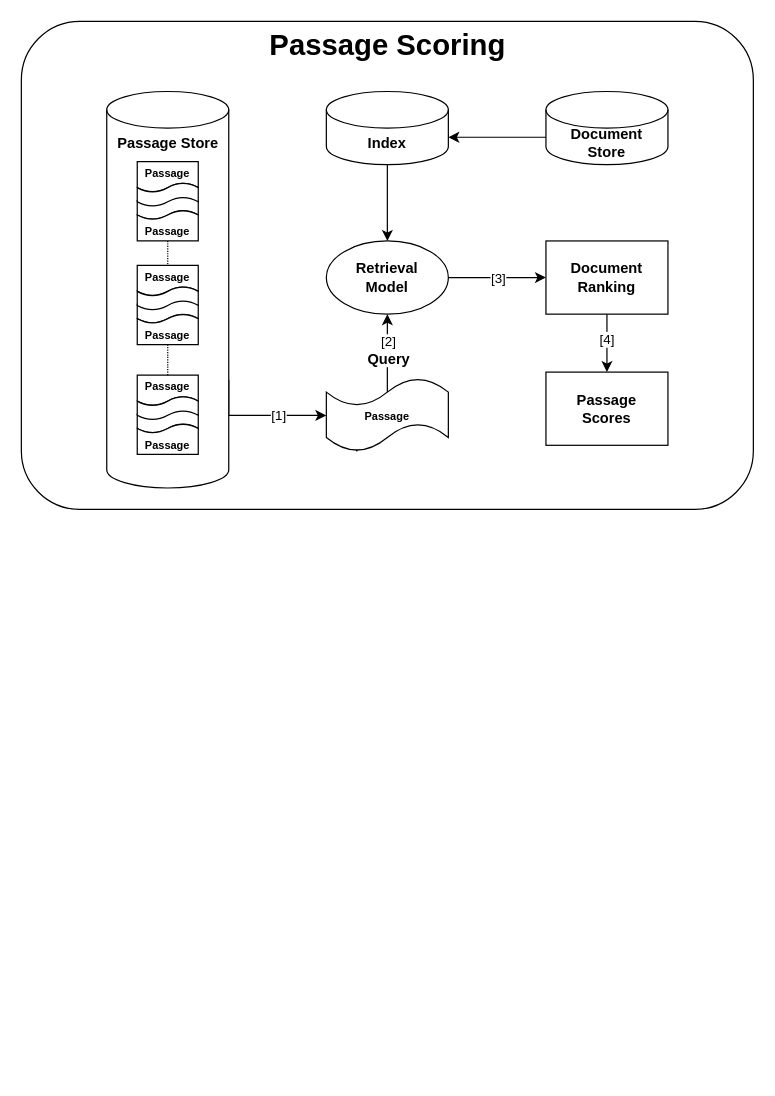
The draw.io diagram page "passage scoring" (5 of 7) of thesis/graphics/drawio/stages.drawio in Integer-Ctrl/thesis-fhofer, before the edit. Source tidied: cells renumbered, new cells numbered last; positions are measured from the earlier drawing's top-left corner, leaving out a move shared by most shapes. Both pictures are drawn from the tidied source at 122%, with x=0, y=0 at pixel (21, 21).
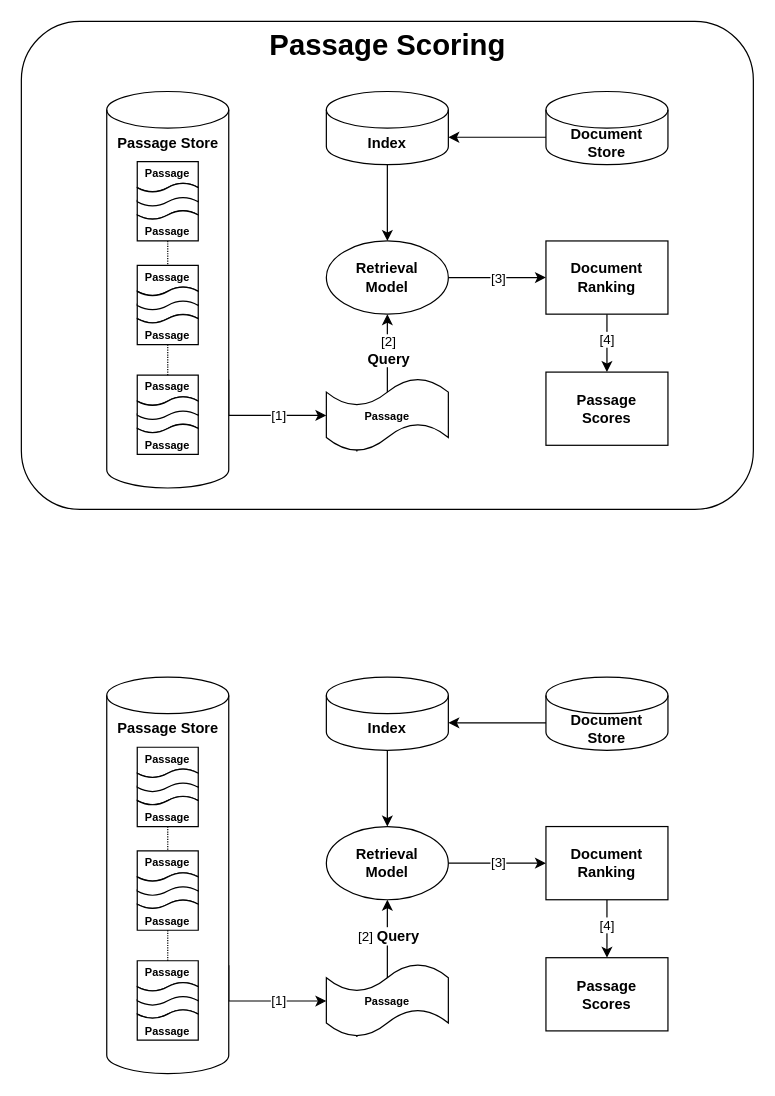
After the change.

Change to the diagram source:
```diff
@@
+    <mxCell id="39" style="edgeStyle=orthogonalEdgeStyle;rounded=0;jettySize=auto;html=1;exitX=1;exitY=0;exitDx=0;exitDy=236.25;exitPerimeter=0;" parent="1" edge="1" source="41" target="65">
+      <mxGeometry relative="1" as="geometry">
+        <Array as="points">
+          <mxPoint x="170" y="803" />
+        </Array>
+      </mxGeometry>
+    </mxCell>
+    <mxCell id="40" value="[1]" style="edgeLabel;html=1;align=center;verticalAlign=middle;" parent="39" vertex="1">
+      <mxGeometry x="0.33" y="2" relative="1" as="geometry">
+        <mxPoint x="-3" y="1" as="offset" />
+      </mxGeometry>
+    </mxCell>
+    <mxCell id="41" style="shape=cylinder3;whiteSpace=wrap;html=1;boundedLbl=1;backgroundOutline=1;size=15;" parent="1" vertex="1">
+      <mxGeometry x="70" y="537.5" width="100" height="325" as="geometry" />
+    </mxCell>
+    <mxCell id="42" style="group;" parent="1" vertex="1">
+      <mxGeometry x="95" y="595" width="50" height="65" as="geometry" />
+    </mxCell>
+    <mxCell id="43" value="&lt;font style=&quot;font-size: 9px;&quot;&gt;&lt;b style=&quot;&quot;&gt;Passage&lt;/b&gt;&lt;/font&gt;" style="shape=document;whiteSpace=wrap;html=1;boundedLbl=1;" parent="42" vertex="1">
+      <mxGeometry width="50" height="25" as="geometry" />
+    </mxCell>
+    <mxCell id="44" style="shape=tape;whiteSpace=wrap;html=1;" parent="42" vertex="1">
+      <mxGeometry y="28.3" width="50" height="19.2" as="geometry" />
+    </mxCell>
+    <mxCell id="45" value="&lt;font style=&quot;font-size: 9px;&quot;&gt;&lt;b style=&quot;&quot;&gt;Passage&lt;/b&gt;&lt;/font&gt;" style="shape=document;whiteSpace=wrap;html=1;boundedLbl=1;direction=west;" parent="42" vertex="1">
+      <mxGeometry y="40" width="50" height="25" as="geometry" />
+    </mxCell>
+    <mxCell id="46" style="shape=tape;whiteSpace=wrap;html=1;" parent="42" vertex="1">
+      <mxGeometry y="17.5" width="50" height="19.2" as="geometry" />
+    </mxCell>
+    <mxCell id="47" value="&lt;b&gt;Passage Store&lt;/b&gt;" style="text;html=1;align=center;verticalAlign=middle;strokeColor=none;fillColor=none;" parent="1" vertex="1">
+      <mxGeometry x="65" y="565" width="110" height="30" as="geometry" />
+    </mxCell>
+    <mxCell id="48" style="group;" parent="1" vertex="1">
+      <mxGeometry x="95" y="680" width="50" height="65" as="geometry" />
+    </mxCell>
+    <mxCell id="49" value="&lt;font style=&quot;font-size: 9px;&quot;&gt;&lt;b style=&quot;&quot;&gt;Passage&lt;/b&gt;&lt;/font&gt;" style="shape=document;whiteSpace=wrap;html=1;boundedLbl=1;" parent="48" vertex="1">
+      <mxGeometry width="50" height="25" as="geometry" />
+    </mxCell>
+    <mxCell id="50" style="shape=tape;whiteSpace=wrap;html=1;" parent="48" vertex="1">
+      <mxGeometry y="28.3" width="50" height="19.2" as="geometry" />
+    </mxCell>
+    <mxCell id="51" value="&lt;font style=&quot;font-size: 9px;&quot;&gt;&lt;b style=&quot;&quot;&gt;Passage&lt;/b&gt;&lt;/font&gt;" style="shape=document;whiteSpace=wrap;html=1;boundedLbl=1;direction=west;" parent="48" vertex="1">
+      <mxGeometry y="40" width="50" height="25" as="geometry" />
+    </mxCell>
+    <mxCell id="52" style="shape=tape;whiteSpace=wrap;html=1;" parent="48" vertex="1">
+      <mxGeometry y="17.5" width="50" height="19.2" as="geometry" />
+    </mxCell>
+    <mxCell id="53" style="group;" parent="1" vertex="1">
+      <mxGeometry x="95" y="770" width="50" height="65" as="geometry" />
+    </mxCell>
+    <mxCell id="54" value="&lt;font style=&quot;font-size: 9px;&quot;&gt;&lt;b style=&quot;&quot;&gt;Passage&lt;/b&gt;&lt;/font&gt;" style="shape=document;whiteSpace=wrap;html=1;boundedLbl=1;" parent="53" vertex="1">
+      <mxGeometry width="50" height="25" as="geometry" />
+    </mxCell>
+    <mxCell id="55" style="shape=tape;whiteSpace=wrap;html=1;" parent="53" vertex="1">
+      <mxGeometry y="28.3" width="50" height="19.2" as="geometry" />
+    </mxCell>
+    <mxCell id="56" value="&lt;font style=&quot;font-size: 9px;&quot;&gt;&lt;b style=&quot;&quot;&gt;Passage&lt;/b&gt;&lt;/font&gt;" style="shape=document;whiteSpace=wrap;html=1;boundedLbl=1;direction=west;" parent="53" vertex="1">
+      <mxGeometry y="40" width="50" height="25" as="geometry" />
+    </mxCell>
+    <mxCell id="57" style="shape=tape;whiteSpace=wrap;html=1;" parent="53" vertex="1">
+      <mxGeometry y="17.5" width="50" height="19.2" as="geometry" />
+    </mxCell>
+    <mxCell id="58" style="edgeStyle=orthogonalEdgeStyle;rounded=0;jettySize=auto;html=1;exitX=0.5;exitY=0;exitDx=0;exitDy=0;entryX=0.5;entryY=0;entryDx=0;entryDy=0;dashed=1;dashPattern=1 1;endArrow=none;endFill=0;" parent="1" edge="1" source="45" target="49">
+      <mxGeometry relative="1" as="geometry" />
+    </mxCell>
+    <mxCell id="59" style="edgeStyle=orthogonalEdgeStyle;rounded=0;jettySize=auto;html=1;exitX=0.5;exitY=0;exitDx=0;exitDy=0;entryX=0.5;entryY=0;entryDx=0;entryDy=0;endArrow=none;endFill=0;dashed=1;dashPattern=1 1;" parent="1" edge="1" source="51" target="54">
+      <mxGeometry relative="1" as="geometry" />
+    </mxCell>
+    <mxCell id="60" value="&lt;b&gt;Document&lt;/b&gt;&lt;div&gt;&lt;b&gt;Store&lt;/b&gt;&lt;/div&gt;" style="shape=cylinder3;whiteSpace=wrap;html=1;boundedLbl=1;backgroundOutline=1;size=15;" parent="1" vertex="1">
+      <mxGeometry x="430" y="537.5" width="100" height="60" as="geometry" />
+    </mxCell>
+    <mxCell id="61" style="edgeStyle=orthogonalEdgeStyle;rounded=0;jettySize=auto;html=1;exitX=0.5;exitY=1;exitDx=0;exitDy=0;exitPerimeter=0;entryX=0.5;entryY=0;entryDx=0;entryDy=0;" parent="1" edge="1" source="62">
+      <mxGeometry relative="1" as="geometry">
+        <mxPoint x="300" y="660" as="targetPoint" />
+      </mxGeometry>
+    </mxCell>
+    <mxCell id="62" value="&lt;b&gt;Index&lt;/b&gt;" style="shape=cylinder3;whiteSpace=wrap;html=1;boundedLbl=1;backgroundOutline=1;size=15;" parent="1" vertex="1">
+      <mxGeometry x="250" y="537.5" width="100" height="60" as="geometry" />
+    </mxCell>
+    <mxCell id="63" style="edgeStyle=orthogonalEdgeStyle;rounded=0;jettySize=auto;html=1;exitX=0.25;exitY=1;exitDx=0;exitDy=0;exitPerimeter=0;entryX=0.5;entryY=1;entryDx=0;entryDy=0;" parent="1" edge="1" source="65" target="69">
+      <mxGeometry relative="1" as="geometry">
+        <Array as="points">
+          <mxPoint x="275" y="820" />
+          <mxPoint x="300" y="820" />
+        </Array>
+      </mxGeometry>
+    </mxCell>
+    <mxCell id="64" value="[2]&amp;nbsp;&lt;b style=&quot;background-color: light-dark(#ffffff, var(--ge-dark-color, #121212)); color: light-dark(rgb(0, 0, 0), rgb(255, 255, 255));&quot;&gt;&lt;font style=&quot;font-size: 12px;&quot;&gt;Query&lt;/font&gt;&lt;/b&gt;" style="edgeLabel;html=1;align=center;verticalAlign=middle;" parent="63" vertex="1">
+      <mxGeometry x="0.58" relative="1" as="geometry">
+        <mxPoint y="1" as="offset" />
+      </mxGeometry>
+    </mxCell>
+    <mxCell id="65" value="&lt;b&gt;&lt;font style=&quot;font-size: 9px;&quot;&gt;Passage&lt;/font&gt;&lt;/b&gt;" style="shape=tape;whiteSpace=wrap;html=1;size=0.38095238095238093;" parent="1" vertex="1">
+      <mxGeometry x="250" y="772.5" width="100" height="60" as="geometry" />
+    </mxCell>
+    <mxCell id="66" style="edgeStyle=orthogonalEdgeStyle;rounded=0;jettySize=auto;html=1;exitX=0;exitY=0;exitDx=0;exitDy=37.5;exitPerimeter=0;entryX=1;entryY=0;entryDx=0;entryDy=37.5;entryPerimeter=0;" parent="1" edge="1" source="60" target="62">
+      <mxGeometry relative="1" as="geometry" />
+    </mxCell>
+    <mxCell id="67" style="edgeStyle=orthogonalEdgeStyle;rounded=0;jettySize=auto;html=1;exitX=1;exitY=0.5;exitDx=0;exitDy=0;entryX=0;entryY=0.5;entryDx=0;entryDy=0;" parent="1" edge="1" source="69" target="72">
+      <mxGeometry relative="1" as="geometry" />
+    </mxCell>
+    <mxCell id="68" value="[3]" style="edgeLabel;html=1;align=center;verticalAlign=middle;" parent="67" vertex="1">
+      <mxGeometry x="0.03" relative="1" as="geometry">
+        <mxPoint x="-1" y="-1" as="offset" />
+      </mxGeometry>
+    </mxCell>
+    <mxCell id="69" value="&lt;b&gt;Retrieval&lt;/b&gt;&lt;div&gt;&lt;b&gt;Model&lt;/b&gt;&lt;/div&gt;" style="ellipse;whiteSpace=wrap;html=1;" parent="1" vertex="1">
+      <mxGeometry x="250" y="660" width="100" height="60" as="geometry" />
+    </mxCell>
+    <mxCell id="70" style="edgeStyle=orthogonalEdgeStyle;rounded=0;jettySize=auto;html=1;exitX=0.5;exitY=1;exitDx=0;exitDy=0;entryX=0.5;entryY=0;entryDx=0;entryDy=0;" parent="1" edge="1" source="72" target="73">
+      <mxGeometry relative="1" as="geometry" />
+    </mxCell>
+    <mxCell id="71" value="[4]" style="edgeLabel;html=1;align=center;verticalAlign=middle;" parent="70" vertex="1">
+      <mxGeometry x="-0.17" y="-1" relative="1" as="geometry" />
+    </mxCell>
+    <mxCell id="72" value="&lt;b&gt;Document&lt;/b&gt;&lt;div&gt;&lt;b&gt;Ranking&lt;/b&gt;&lt;/div&gt;" style="rounded=0;whiteSpace=wrap;html=1;" parent="1" vertex="1">
+      <mxGeometry x="430" y="660" width="100" height="60" as="geometry" />
+    </mxCell>
+    <mxCell id="73" value="&lt;b&gt;Passage&lt;/b&gt;&lt;div&gt;&lt;b&gt;Scores&lt;/b&gt;&lt;/div&gt;" style="rounded=0;whiteSpace=wrap;html=1;" parent="1" vertex="1">
+      <mxGeometry x="430" y="767.5" width="100" height="60" as="geometry" />
+    </mxCell>
```
